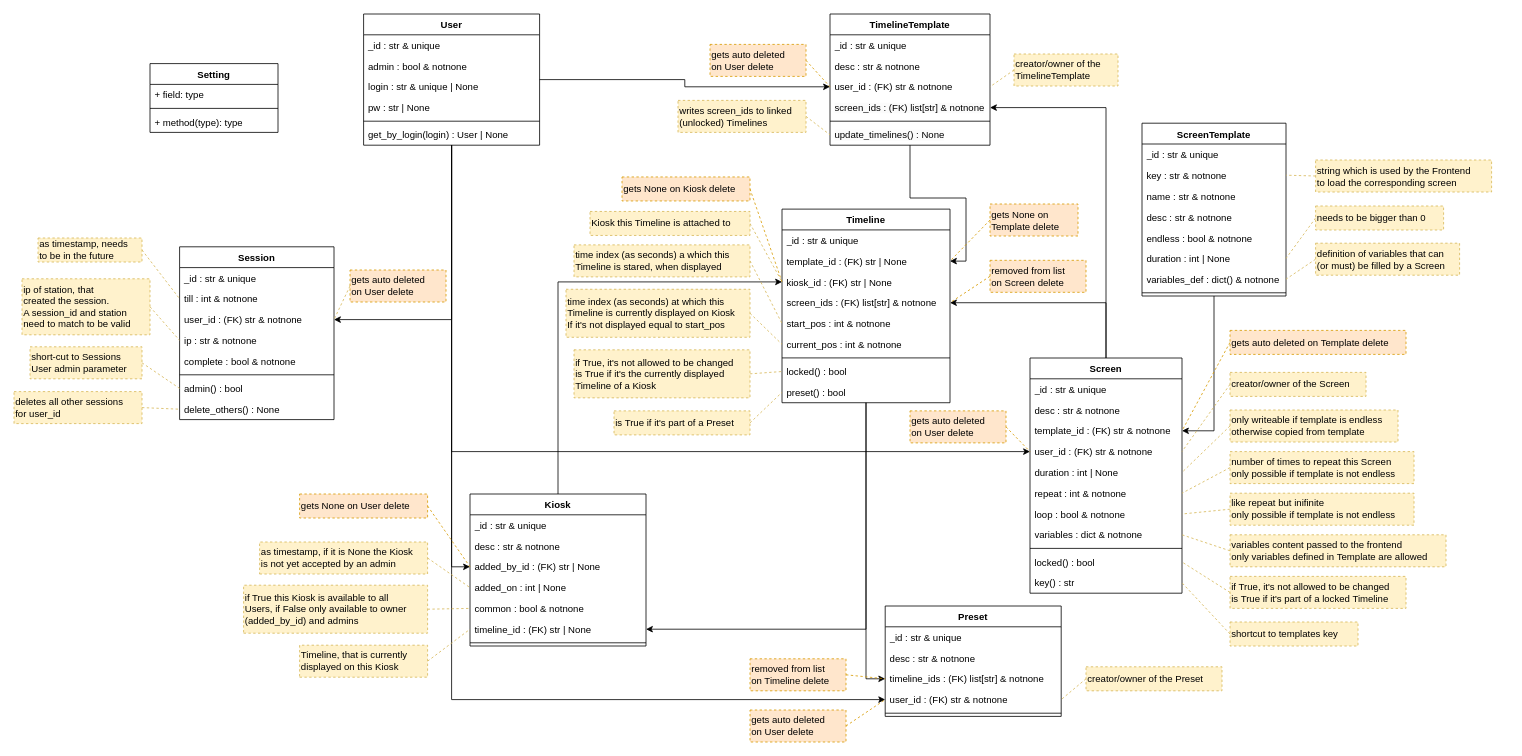
nlptournament/nlpt-kiosk keeps this draw.io diagram as docs/elements.drawio. Above is the earlier version. Source tidied: cells renumbered, new cells numbered last; positions are measured from the earlier drawing's top-left corner, leaving out a move shared by most shapes. Both pictures are drawn from the tidied source at 80%, with x=0, y=0 at pixel (14, 14).
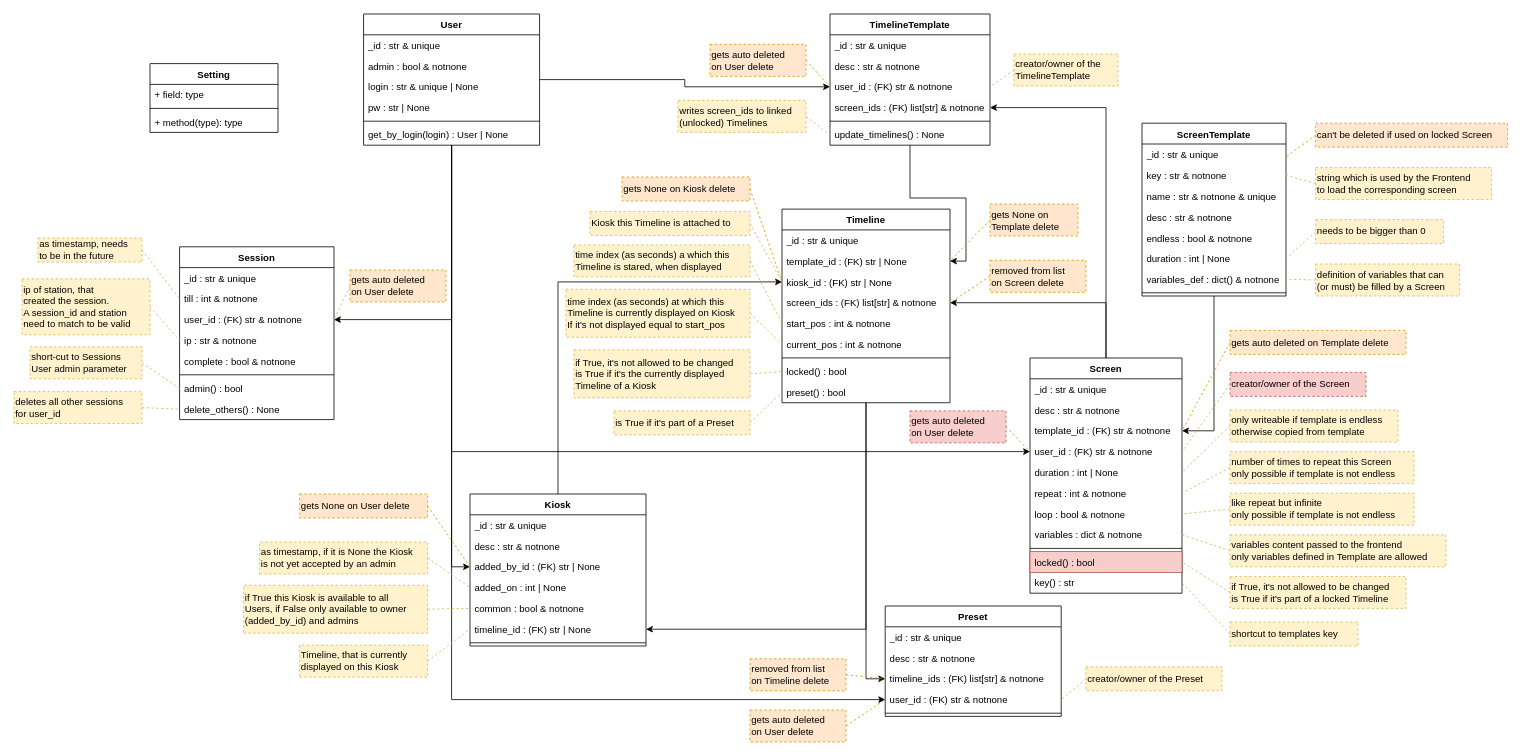
Above is the later version.

Commit message (it also covers changes not shown here):
backend: screen elemented implemented as far as possible

Unchanged cells that the change refers to:
```xml
<mxCell id="67" value="ScreenTemplate" style="swimlane;fontStyle=1;align=center;verticalAlign=top;horizontal=1;startSize=26;whiteSpace=wrap;html=1;" parent="1" vertex="1">
  <mxGeometry x="1410" y="136.5" width="180" height="216" as="geometry" />
</mxCell>
<mxCell id="78" value="Screen" style="swimlane;fontStyle=1;align=center;verticalAlign=top;horizontal=1;startSize=26;whiteSpace=wrap;html=1;" parent="1" vertex="1">
  <mxGeometry x="1270" y="430" width="190" height="294" as="geometry" />
</mxCell>
```

The edit, as a diff of the source:
```diff
@@
-    <mxCell id="70" value="name : str &amp;amp; notnone" style="text;strokeColor=none;fillColor=none;align=left;verticalAlign=top;spacingLeft=4;spacingRight=4;overflow=hidden;whiteSpace=wrap;html=1;" parent="67" vertex="1">
+    <mxCell id="70" value="name : str &amp;amp; notnone &amp;amp; unique" style="text;strokeColor=none;fillColor=none;align=left;verticalAlign=top;spacingLeft=4;spacingRight=4;overflow=hidden;whiteSpace=wrap;html=1;" parent="67" vertex="1">
       <mxGeometry y="78" width="180" height="26" as="geometry" />
     </mxCell>
@@
-    <mxCell id="88" value="locked() : bool" style="text;strokeColor=none;fillColor=none;align=left;verticalAlign=top;spacingLeft=4;spacingRight=4;overflow=hidden;points=[[0,0.5],[1,0.5]];portConstraint=eastwest;whiteSpace=wrap;html=1;" parent="78" vertex="1">
+    <mxCell id="88" value="locked() : bool" style="text;strokeColor=#b85450;fillColor=#f8cecc;align=left;verticalAlign=top;spacingLeft=4;spacingRight=4;overflow=hidden;points=[[0,0.5],[1,0.5]];portConstraint=eastwest;whiteSpace=wrap;html=1;" parent="78" vertex="1">
       <mxGeometry y="242" width="190" height="26" as="geometry" />
     </mxCell>
@@
-    <mxCell id="119" value="&lt;div&gt;like repeat but inifinite&lt;/div&gt;&lt;div&gt;only possible if template is not endless&lt;/div&gt;" style="rounded=0;whiteSpace=wrap;html=1;fillColor=#fff2cc;strokeColor=#d6b656;dashed=1;align=left;verticalAlign=middle;horizontal=1;labelPosition=center;verticalLabelPosition=middle;" parent="1" vertex="1">
+    <mxCell id="119" value="&lt;div&gt;like repeat but infinite&lt;/div&gt;&lt;div&gt;only possible if template is not endless&lt;/div&gt;" style="rounded=0;whiteSpace=wrap;html=1;fillColor=#fff2cc;strokeColor=#d6b656;dashed=1;align=left;verticalAlign=middle;horizontal=1;labelPosition=center;verticalLabelPosition=middle;" parent="1" vertex="1">
       <mxGeometry x="1520" y="599" width="230" height="40" as="geometry" />
     </mxCell>
@@
     <mxCell id="121" value="&lt;div&gt;string which is used by the Frontend&lt;/div&gt;&lt;div&gt;to l&lt;span style=&quot;background-color: initial;&quot;&gt;oad the corresponding screen&lt;/span&gt;&lt;/div&gt;" style="rounded=0;whiteSpace=wrap;html=1;fillColor=#fff2cc;strokeColor=#d6b656;dashed=1;align=left;verticalAlign=middle;horizontal=1;labelPosition=center;verticalLabelPosition=middle;" parent="1" vertex="1">
-      <mxGeometry x="1627" y="182.5" width="220" height="40" as="geometry" />
+      <mxGeometry x="1627" y="192" width="220" height="40" as="geometry" />
     </mxCell>
@@
     <mxCell id="123" value="&lt;div&gt;definition of variables that can&lt;/div&gt;&lt;div&gt;(or must) be filled by a Screen&lt;/div&gt;" style="rounded=0;whiteSpace=wrap;html=1;fillColor=#fff2cc;strokeColor=#d6b656;dashed=1;align=left;verticalAlign=middle;horizontal=1;labelPosition=center;verticalLabelPosition=middle;" parent="1" vertex="1">
-      <mxGeometry x="1627" y="286.5" width="180" height="40" as="geometry" />
+      <mxGeometry x="1627" y="312.5" width="180" height="40" as="geometry" />
     </mxCell>
@@
-    <mxCell id="127" value="&lt;div&gt;creator/owner of the Screen&lt;/div&gt;" style="rounded=0;whiteSpace=wrap;html=1;fillColor=#fff2cc;strokeColor=#d6b656;dashed=1;align=left;verticalAlign=middle;horizontal=1;labelPosition=center;verticalLabelPosition=middle;" parent="1" vertex="1">
+    <mxCell id="127" value="&lt;div&gt;creator/owner of the Screen&lt;/div&gt;" style="rounded=0;whiteSpace=wrap;html=1;fillColor=#f8cecc;strokeColor=#b85450;dashed=1;align=left;verticalAlign=middle;horizontal=1;labelPosition=center;verticalLabelPosition=middle;" parent="1" vertex="1">
       <mxGeometry x="1520" y="448" width="170" height="30" as="geometry" />
     </mxCell>
@@
-    <mxCell id="141" value="gets auto deleted&lt;br&gt;on User delete" style="rounded=0;whiteSpace=wrap;html=1;fillColor=#ffe6cc;strokeColor=#d79b00;dashed=1;align=left;verticalAlign=middle;horizontal=1;labelPosition=center;verticalLabelPosition=middle;" parent="1" vertex="1">
+    <mxCell id="141" value="gets auto deleted&lt;br&gt;on User delete" style="rounded=0;whiteSpace=wrap;html=1;fillColor=#f8cecc;strokeColor=#b85450;dashed=1;align=left;verticalAlign=middle;horizontal=1;labelPosition=center;verticalLabelPosition=middle;" parent="1" vertex="1">
       <mxGeometry x="1120" y="496.1" width="120" height="40" as="geometry" />
     </mxCell>
@@
     <mxCell id="155" value="&lt;div&gt;needs to be bigger than 0&lt;/div&gt;" style="rounded=0;whiteSpace=wrap;html=1;fillColor=#fff2cc;strokeColor=#d6b656;dashed=1;align=left;verticalAlign=middle;horizontal=1;labelPosition=center;verticalLabelPosition=middle;" parent="1" vertex="1">
-      <mxGeometry x="1627" y="240" width="160" height="30" as="geometry" />
+      <mxGeometry x="1627" y="257" width="160" height="30" as="geometry" />
     </mxCell>
+    <mxCell id="156" style="rounded=0;jettySize=auto;html=1;exitX=0;exitY=0.5;exitDx=0;exitDy=0;dashed=1;endArrow=none;endFill=0;fillColor=#ffe6cc;strokeColor=#d79b00;" parent="1" edge="1" source="157" target="67">
+      <mxGeometry relative="1" as="geometry" />
+    </mxCell>
+    <mxCell id="157" value="can't be deleted if used on locked Screen" style="rounded=0;whiteSpace=wrap;html=1;fillColor=#ffe6cc;strokeColor=#d79b00;dashed=1;align=left;verticalAlign=middle;horizontal=1;labelPosition=center;verticalLabelPosition=middle;" parent="1" vertex="1">
+      <mxGeometry x="1627" y="136.5" width="240" height="30" as="geometry" />
+    </mxCell>
```
